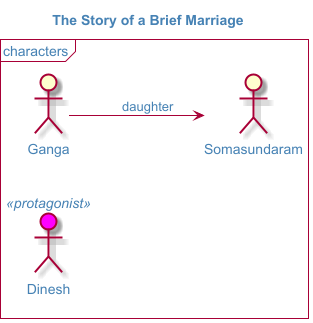
Before: the Story of a Brief Marriage/briefMarriage-The_Story_of_a_Brief_Marriage.png, a diagram exported from PlantUML (olek3/reading).
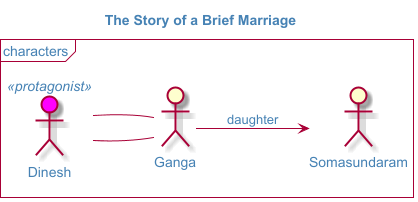
The same file after the commit.

Diff of the diagram source:
```diff
@@ -15,5 +15,8 @@
 
 :Ganga: --> :Somasundaram: : daughter
 
+:Ganga: -- :Dinesh:
+:Dinesh: -- :Ganga:
+
 
 @enduml
```
